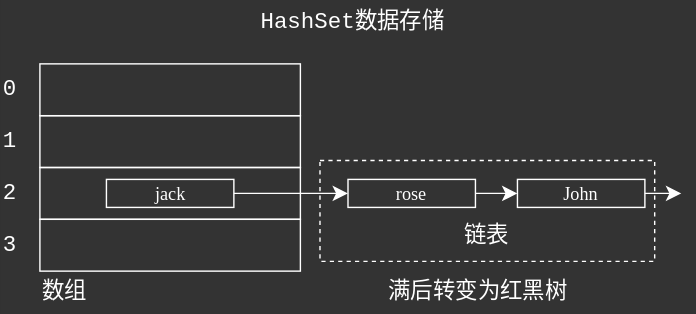
Before: drawio/HashSetSrcTable.svg, a diagram exported from draw.io (Stolorzs/Picgo). Source tidied: cells renumbered, new cells last; positions are measured from the earlier drawing's top-left corner, leaving out a move shared by most shapes.
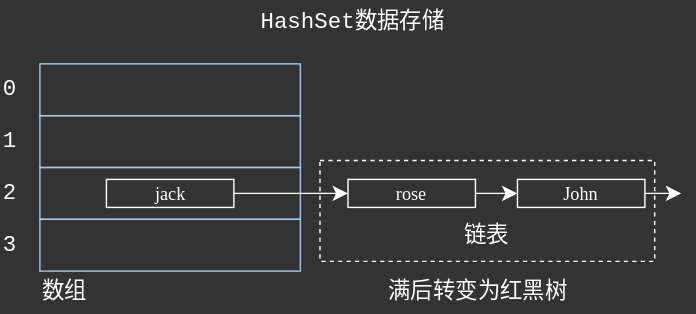
The same diagram one commit later.

Change to the diagram source:
```diff
@@ -5,16 +5,16 @@
     <mxCell id="2" style="whiteSpace=wrap;html=1;fontFamily=Times New Roman;fontSize=16;fontColor=#FFFFFF;labelBackgroundColor=none;strokeColor=#FFFFFF;fillColor=none;dashed=1;" parent="1" vertex="1">
       <mxGeometry x="228" y="114" width="239" height="72" as="geometry" />
     </mxCell>
-    <mxCell id="3" style="whiteSpace=wrap;html=1;fontFamily=Times New Roman;fontSize=16;fontColor=#FFFFFF;labelBackgroundColor=none;strokeColor=#FFFFFF;fillColor=none;" parent="1" vertex="1">
+    <mxCell id="3" style="whiteSpace=wrap;html=1;fontFamily=Times New Roman;fontSize=16;fontColor=#FFFFFF;labelBackgroundColor=none;strokeColor=#A9C4EB;fillColor=none;align=center;verticalAlign=middle;" parent="1" vertex="1">
       <mxGeometry x="28" y="82" width="186" height="37" as="geometry" />
     </mxCell>
-    <mxCell id="4" style="whiteSpace=wrap;html=1;fontFamily=Times New Roman;fontSize=16;fontColor=#FFFFFF;labelBackgroundColor=none;strokeColor=#FFFFFF;fillColor=none;" parent="1" vertex="1">
+    <mxCell id="4" style="whiteSpace=wrap;html=1;fontFamily=Times New Roman;fontSize=16;fontColor=#FFFFFF;labelBackgroundColor=none;strokeColor=#A9C4EB;fillColor=none;align=center;verticalAlign=middle;" parent="1" vertex="1">
       <mxGeometry x="28" y="156" width="186" height="37" as="geometry" />
     </mxCell>
-    <mxCell id="5" style="whiteSpace=wrap;html=1;fontFamily=Times New Roman;fontSize=16;fontColor=#FFFFFF;labelBackgroundColor=none;strokeColor=#FFFFFF;fillColor=none;" parent="1" vertex="1">
+    <mxCell id="5" style="whiteSpace=wrap;html=1;fontFamily=Times New Roman;fontSize=16;fontColor=#FFFFFF;labelBackgroundColor=none;strokeColor=#A9C4EB;fillColor=none;align=center;verticalAlign=middle;" parent="1" vertex="1">
       <mxGeometry x="28" y="119" width="186" height="37" as="geometry" />
     </mxCell>
-    <mxCell id="6" style="whiteSpace=wrap;html=1;fontFamily=Times New Roman;fontSize=16;fontColor=#FFFFFF;labelBackgroundColor=none;strokeColor=#FFFFFF;fillColor=none;" parent="1" vertex="1">
+    <mxCell id="6" style="whiteSpace=wrap;html=1;fontFamily=Times New Roman;fontSize=16;fontColor=#FFFFFF;labelBackgroundColor=none;strokeColor=#A9C4EB;fillColor=none;" parent="1" vertex="1">
       <mxGeometry x="28" y="45" width="186" height="37" as="geometry" />
     </mxCell>
     <mxCell id="7" value="&lt;font size=&quot;3&quot; face=&quot;Courier New&quot; color=&quot;#ffffff&quot;&gt;&lt;span style=&quot;caret-color: rgb(255, 255, 255);&quot;&gt;0&lt;/span&gt;&lt;/font&gt;" style="text;html=1;align=left;verticalAlign=middle;strokeColor=none;fillColor=none;fontSize=12;fontFamily=Helvetica;fontColor=default;labelBackgroundColor=none;" parent="1" vertex="1">
```
